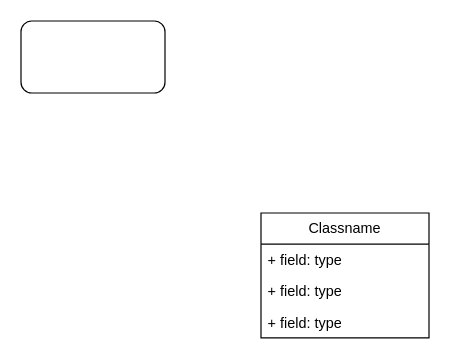
Earlier version of the draw.io diagram 2026/January/VUCA_Aggregation/Untitled Diagram.drawio (sbindgithub/dev-journal). Source tidied: cells renumbered, new cells numbered last; positions are measured from the earlier drawing's top-left corner, leaving out a move shared by most shapes. Both pictures are drawn from the tidied source at 120%, with x=0, y=0 at pixel (20, 20).
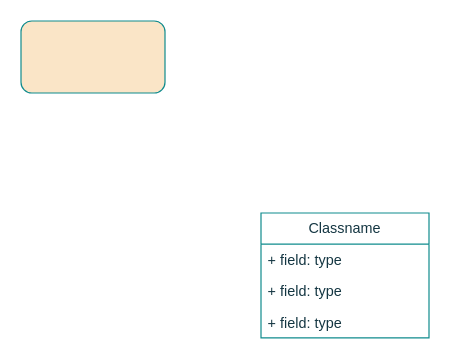
After the change.

What changed in the source:
```diff
@@
 <mxGraphModel>
   <root>
     <mxCell id="0" />
     <mxCell id="1" parent="0" />
-    <mxCell id="2" style="rounded=1;whiteSpace=wrap;html=1;" parent="1" vertex="1">
+    <mxCell id="2" style="rounded=1;whiteSpace=wrap;html=1;labelBackgroundColor=none;fillColor=#FAE5C7;strokeColor=#0F8B8D;fontColor=#143642;" parent="1" vertex="1">
       <mxGeometry width="120" height="60" as="geometry" />
     </mxCell>
-    <mxCell id="3" value="Classname" style="swimlane;fontStyle=0;horizontal=1;startSize=26;fillColor=none;whiteSpace=wrap;html=1;" parent="1" vertex="1">
+    <mxCell id="3" value="Classname" style="swimlane;fontStyle=0;horizontal=1;startSize=26;fillColor=none;whiteSpace=wrap;html=1;labelBackgroundColor=none;strokeColor=#0F8B8D;fontColor=#143642;" parent="1" vertex="1">
       <mxGeometry x="200" y="160" width="140" height="104" as="geometry" />
     </mxCell>
-    <mxCell id="4" value="+ field: type" style="text;strokeColor=none;fillColor=none;align=left;verticalAlign=top;spacingLeft=4;spacingRight=4;overflow=hidden;whiteSpace=wrap;html=1;" parent="3" vertex="1">
+    <mxCell id="4" value="+ field: type" style="text;strokeColor=none;fillColor=none;align=left;verticalAlign=top;spacingLeft=4;spacingRight=4;overflow=hidden;whiteSpace=wrap;html=1;labelBackgroundColor=none;fontColor=#143642;" parent="3" vertex="1">
       <mxGeometry y="26" width="140" height="26" as="geometry" />
     </mxCell>
-    <mxCell id="5" value="+ field: type" style="text;strokeColor=none;fillColor=none;align=left;verticalAlign=top;spacingLeft=4;spacingRight=4;overflow=hidden;whiteSpace=wrap;html=1;" parent="3" vertex="1">
+    <mxCell id="5" value="+ field: type" style="text;strokeColor=none;fillColor=none;align=left;verticalAlign=top;spacingLeft=4;spacingRight=4;overflow=hidden;whiteSpace=wrap;html=1;labelBackgroundColor=none;fontColor=#143642;" parent="3" vertex="1">
       <mxGeometry y="52" width="140" height="26" as="geometry" />
     </mxCell>
-    <mxCell id="6" value="+ field: type" style="text;strokeColor=none;fillColor=none;align=left;verticalAlign=top;spacingLeft=4;spacingRight=4;overflow=hidden;whiteSpace=wrap;html=1;" parent="3" vertex="1">
+    <mxCell id="6" value="+ field: type" style="text;strokeColor=none;fillColor=none;align=left;verticalAlign=top;spacingLeft=4;spacingRight=4;overflow=hidden;whiteSpace=wrap;html=1;labelBackgroundColor=none;fontColor=#143642;" parent="3" vertex="1">
       <mxGeometry y="78" width="140" height="26" as="geometry" />
     </mxCell>
   </root>
 </mxGraphModel>
```
